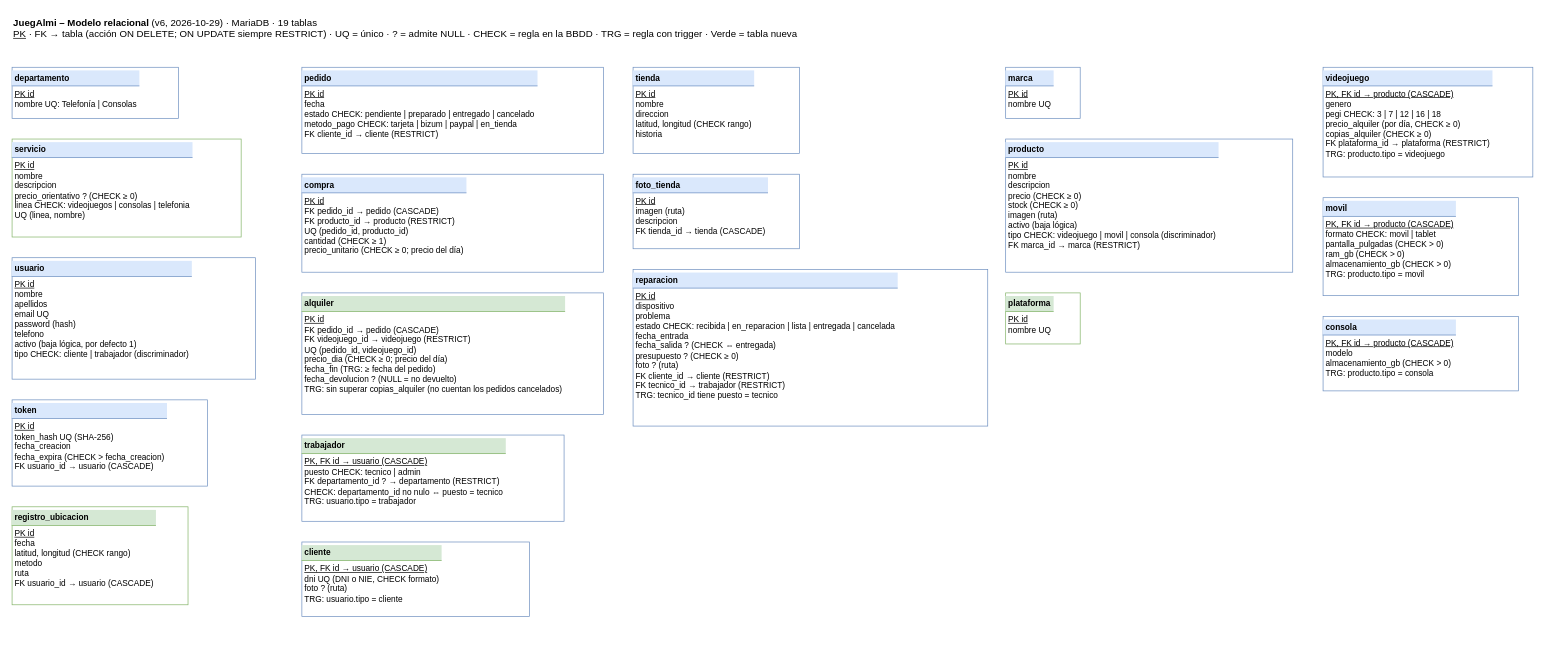
Earlier version of the draw.io diagram page "Modelo relacional" (2 of 2) of docs/datos/er-juegalmi.drawio (landerdam-lab/JuegalmiDam2). Source tidied: cells renumbered, new cells numbered last; positions are measured from the earlier drawing's top-left corner, leaving out a move shared by most shapes. Both pictures are drawn from the tidied source at 69%, with x=0, y=0 at pixel (12, 12).
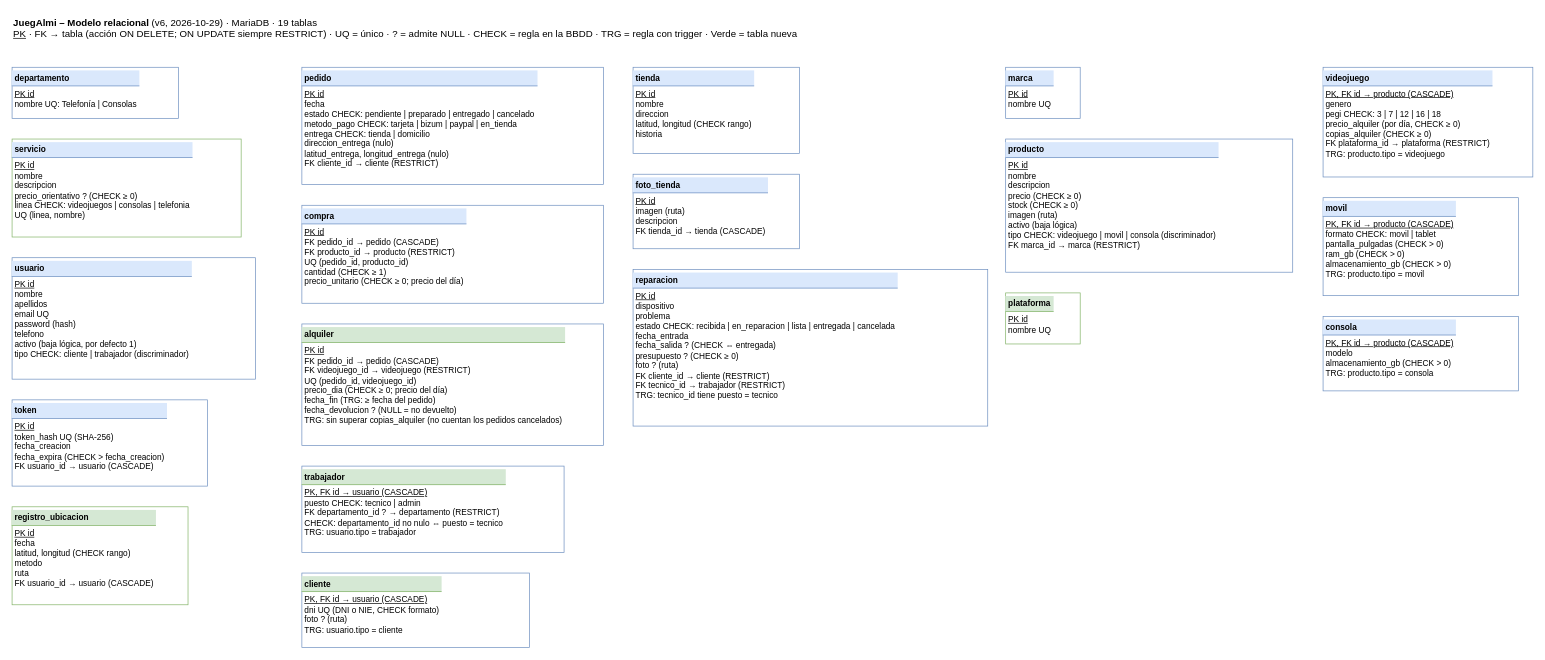
The same diagram, later.

Diff of the diagram source:
```diff
@@
-    <mxCell id="10" value="&lt;div style='background:#dae8fc;padding:4px;font-weight:bold;border-bottom:1px solid #6c8ebf'&gt;pedido&lt;/div&gt;&lt;div style='padding:4px'&gt;&lt;u&gt;PK id&lt;/u&gt;&lt;br&gt;fecha&lt;br&gt;estado CHECK: pendiente | preparado | entregado | cancelado&lt;br&gt;metodo_pago CHECK: tarjeta | bizum | paypal | en_tienda&lt;br&gt;FK cliente_id → cliente (RESTRICT)&lt;/div&gt;" style="rounded=0;whiteSpace=wrap;html=1;align=left;verticalAlign=top;spacing=0;fontSize=12;strokeColor=#6c8ebf;" parent="1" vertex="1">
-      <mxGeometry x="420" y="80" width="437" height="125" as="geometry" />
+    <mxCell id="10" value="&lt;div style='background:#dae8fc;padding:4px;font-weight:bold;border-bottom:1px solid #6c8ebf'&gt;pedido&lt;/div&gt;&lt;div style='padding:4px'&gt;&lt;u&gt;PK id&lt;/u&gt;&lt;br&gt;fecha&lt;br&gt;estado CHECK: pendiente | preparado | entregado | cancelado&lt;br&gt;metodo_pago CHECK: tarjeta | bizum | paypal | en_tienda&lt;br&gt;entrega CHECK: tienda | domicilio&lt;br&gt;direccion_entrega (nulo)&lt;br&gt;latitud_entrega, longitud_entrega (nulo)&lt;br&gt;FK cliente_id → cliente (RESTRICT)&lt;/div&gt;" style="rounded=0;whiteSpace=wrap;html=1;align=left;verticalAlign=top;spacing=0;fontSize=12;strokeColor=#6c8ebf;" parent="1" vertex="1">
+      <mxGeometry x="420" y="80" width="437" height="170" as="geometry" />
     </mxCell>
     <mxCell id="11" value="&lt;div style='background:#dae8fc;padding:4px;font-weight:bold;border-bottom:1px solid #6c8ebf'&gt;compra&lt;/div&gt;&lt;div style='padding:4px'&gt;&lt;u&gt;PK id&lt;/u&gt;&lt;br&gt;FK pedido_id → pedido (CASCADE)&lt;br&gt;FK producto_id → producto (RESTRICT)&lt;br&gt;UQ (pedido_id, producto_id)&lt;br&gt;cantidad (CHECK ≥ 1)&lt;br&gt;precio_unitario (CHECK ≥ 0; precio del día)&lt;/div&gt;" style="rounded=0;whiteSpace=wrap;html=1;align=left;verticalAlign=top;spacing=0;fontSize=12;strokeColor=#6c8ebf;" parent="1" vertex="1">
-      <mxGeometry x="420" y="235" width="437" height="142" as="geometry" />
+      <mxGeometry x="420" y="280" width="437" height="142" as="geometry" />
     </mxCell>
     <mxCell id="12" value="&lt;div style='background:#d5e8d4;padding:4px;font-weight:bold;border-bottom:1px solid #82b366'&gt;trabajador&lt;/div&gt;&lt;div style='padding:4px'&gt;&lt;u&gt;PK, FK id → usuario (CASCADE)&lt;/u&gt;&lt;br&gt;puesto CHECK: tecnico | admin&lt;br&gt;FK departamento_id ? → departamento (RESTRICT)&lt;br&gt;CHECK: departamento_id no nulo ⇔ puesto = tecnico&lt;br&gt;TRG: usuario.tipo = trabajador&lt;/div&gt;" style="rounded=0;whiteSpace=wrap;html=1;align=left;verticalAlign=top;spacing=0;fontSize=12;strokeColor=#6c8ebf;" parent="1" vertex="1">
-      <mxGeometry x="420" y="613" width="380" height="125" as="geometry" />
+      <mxGeometry x="420" y="658" width="380" height="125" as="geometry" />
     </mxCell>
@@
     <mxCell id="20" value="&lt;div style='background:#d5e8d4;padding:4px;font-weight:bold;border-bottom:1px solid #82b366'&gt;cliente&lt;/div&gt;&lt;div style='padding:4px'&gt;&lt;u&gt;PK, FK id → usuario (CASCADE)&lt;/u&gt;&lt;br&gt;dni UQ (DNI o NIE, CHECK formato)&lt;br&gt;foto ? (ruta)&lt;br&gt;TRG: usuario.tipo = cliente&lt;/div&gt;" style="rounded=0;whiteSpace=wrap;html=1;align=left;verticalAlign=top;spacing=0;fontSize=12;strokeColor=#6c8ebf;" parent="1" vertex="1">
-      <mxGeometry x="420" y="768" width="330" height="108" as="geometry" />
+      <mxGeometry x="420" y="813" width="330" height="108" as="geometry" />
     </mxCell>
     <mxCell id="21" value="&lt;div style='background:#d5e8d4;padding:4px;font-weight:bold;border-bottom:1px solid #82b366'&gt;alquiler&lt;/div&gt;&lt;div style='padding:4px'&gt;&lt;u&gt;PK id&lt;/u&gt;&lt;br&gt;FK pedido_id → pedido (CASCADE)&lt;br&gt;FK videojuego_id → videojuego (RESTRICT)&lt;br&gt;UQ (pedido_id, videojuego_id)&lt;br&gt;precio_dia (CHECK ≥ 0; precio del día)&lt;br&gt;fecha_fin (TRG: ≥ fecha del pedido)&lt;br&gt;fecha_devolucion ? (NULL = no devuelto)&lt;br&gt;TRG: sin superar copias_alquiler (no cuentan los pedidos cancelados)&lt;/div&gt;" style="rounded=0;whiteSpace=wrap;html=1;align=left;verticalAlign=top;spacing=0;fontSize=12;strokeColor=#6c8ebf;" parent="1" vertex="1">
-      <mxGeometry x="420" y="407" width="437" height="176" as="geometry" />
+      <mxGeometry x="420" y="452" width="437" height="176" as="geometry" />
     </mxCell>
```
